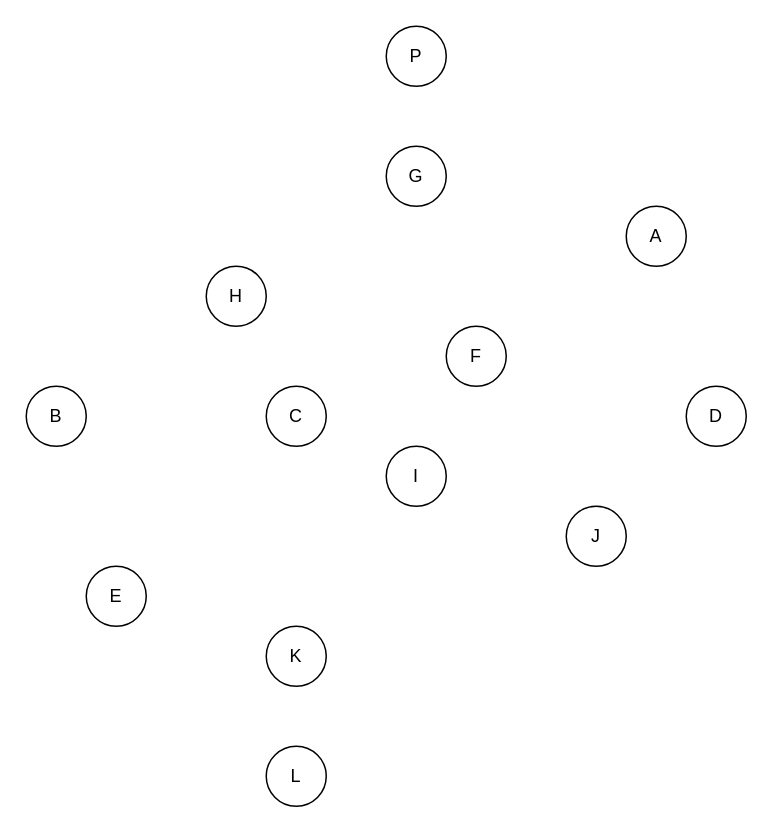
Earlier version of the draw.io diagram Untitled Diagram.drawio (semihhdemirel/semihhdemirel). Source tidied: cells renumbered, new cells numbered last; positions are measured from the earlier drawing's top-left corner, leaving out a move shared by most shapes. Both pictures are drawn from the tidied source at 150%, with x=0, y=0 at pixel (26, 26).
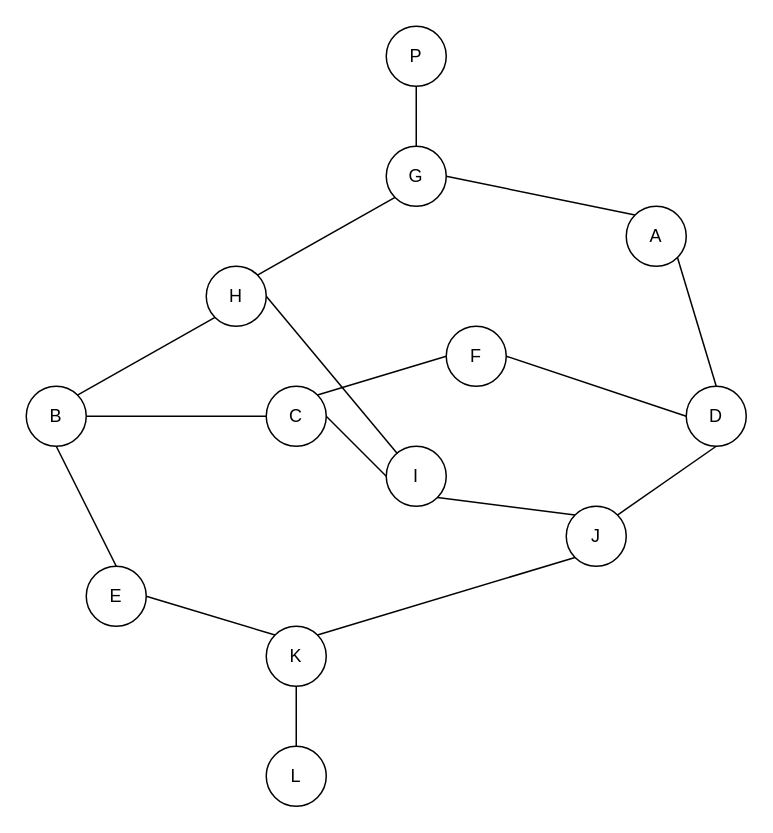
After the change.

The change refers to these unchanged cells:
```xml
<mxCell id="2" value="A" style="ellipse;whiteSpace=wrap;html=1;" parent="1" vertex="1">
  <mxGeometry x="400" y="120" width="40" height="40" as="geometry" />
</mxCell>
<mxCell id="3" value="D" style="ellipse;whiteSpace=wrap;html=1;" parent="1" vertex="1">
  <mxGeometry x="440" y="240" width="40" height="40" as="geometry" />
</mxCell>
<mxCell id="4" value="G" style="ellipse;whiteSpace=wrap;html=1;" parent="1" vertex="1">
  <mxGeometry x="240" y="80" width="40" height="40" as="geometry" />
</mxCell>
<mxCell id="5" value="P" style="ellipse;whiteSpace=wrap;html=1;" parent="1" vertex="1">
  <mxGeometry x="240" width="40" height="40" as="geometry" />
</mxCell>
<mxCell id="6" value="H" style="ellipse;whiteSpace=wrap;html=1;" parent="1" vertex="1">
  <mxGeometry x="120" y="160" width="40" height="40" as="geometry" />
</mxCell>
<mxCell id="7" value="B" style="ellipse;whiteSpace=wrap;html=1;" parent="1" vertex="1">
  <mxGeometry y="240" width="40" height="40" as="geometry" />
</mxCell>
<mxCell id="8" value="C" style="ellipse;whiteSpace=wrap;html=1;" parent="1" vertex="1">
  <mxGeometry x="160" y="240" width="40" height="40" as="geometry" />
</mxCell>
<mxCell id="9" value="I" style="ellipse;whiteSpace=wrap;html=1;" parent="1" vertex="1">
  <mxGeometry x="240" y="280" width="40" height="40" as="geometry" />
</mxCell>
<mxCell id="10" value="F" style="ellipse;whiteSpace=wrap;html=1;" parent="1" vertex="1">
  <mxGeometry x="280" y="200" width="40" height="40" as="geometry" />
</mxCell>
<mxCell id="11" value="J" style="ellipse;whiteSpace=wrap;html=1;" parent="1" vertex="1">
  <mxGeometry x="360" y="320" width="40" height="40" as="geometry" />
</mxCell>
<mxCell id="12" value="K" style="ellipse;whiteSpace=wrap;html=1;" parent="1" vertex="1">
  <mxGeometry x="160" y="400" width="40" height="40" as="geometry" />
</mxCell>
<mxCell id="13" value="L" style="ellipse;whiteSpace=wrap;html=1;" parent="1" vertex="1">
  <mxGeometry x="160" y="480" width="40" height="40" as="geometry" />
</mxCell>
<mxCell id="14" value="E" style="ellipse;whiteSpace=wrap;html=1;" parent="1" vertex="1">
  <mxGeometry x="40" y="360" width="40" height="40" as="geometry" />
</mxCell>
```

What changed in the source:
```diff
@@
+    <mxCell id="15" style="endArrow=none;html=1;rounded=0;entryX=0.5;entryY=1;entryDx=0;entryDy=0;exitX=0.5;exitY=0;exitDx=0;exitDy=0;" parent="1" edge="1" source="4" target="5">
+      <mxGeometry relative="1" as="geometry" />
+    </mxCell>
+    <mxCell id="16" style="endArrow=none;html=1;rounded=0;entryX=1;entryY=0.5;entryDx=0;entryDy=0;exitX=0;exitY=0;exitDx=0;exitDy=0;" parent="1" edge="1" source="2" target="4">
+      <mxGeometry relative="1" as="geometry" />
+    </mxCell>
+    <mxCell id="17" style="endArrow=none;html=1;rounded=0;exitX=0.5;exitY=0;exitDx=0;exitDy=0;entryX=1;entryY=1;entryDx=0;entryDy=0;" parent="1" edge="1" source="3" target="2">
+      <mxGeometry relative="1" as="geometry" />
+    </mxCell>
+    <mxCell id="18" style="endArrow=none;html=1;rounded=0;entryX=0;entryY=0.5;entryDx=0;entryDy=0;exitX=1;exitY=0.5;exitDx=0;exitDy=0;" parent="1" edge="1" source="10" target="3">
+      <mxGeometry relative="1" as="geometry" />
+    </mxCell>
+    <mxCell id="19" style="endArrow=none;html=1;rounded=0;exitX=1;exitY=0;exitDx=0;exitDy=0;entryX=0;entryY=0.5;entryDx=0;entryDy=0;" parent="1" edge="1" source="8" target="10">
+      <mxGeometry relative="1" as="geometry" />
+    </mxCell>
+    <mxCell id="20" style="endArrow=none;html=1;rounded=0;exitX=1;exitY=0.5;exitDx=0;exitDy=0;" parent="1" edge="1" source="6" target="9">
+      <mxGeometry relative="1" as="geometry" />
+    </mxCell>
+    <mxCell id="21" style="endArrow=none;html=1;rounded=0;exitX=1;exitY=0.5;exitDx=0;exitDy=0;entryX=0;entryY=0.5;entryDx=0;entryDy=0;" parent="1" edge="1" source="8" target="9">
+      <mxGeometry relative="1" as="geometry" />
+    </mxCell>
+    <mxCell id="22" style="endArrow=none;html=1;rounded=0;exitX=1;exitY=0.5;exitDx=0;exitDy=0;entryX=0;entryY=0.5;entryDx=0;entryDy=0;" parent="1" edge="1" source="7" target="8">
+      <mxGeometry relative="1" as="geometry" />
+    </mxCell>
+    <mxCell id="23" style="endArrow=none;html=1;rounded=0;exitX=1;exitY=0;exitDx=0;exitDy=0;entryX=0;entryY=1;entryDx=0;entryDy=0;" parent="1" edge="1" source="7" target="6">
+      <mxGeometry relative="1" as="geometry" />
+    </mxCell>
+    <mxCell id="24" style="endArrow=none;html=1;rounded=0;exitX=0.5;exitY=0;exitDx=0;exitDy=0;entryX=0.5;entryY=1;entryDx=0;entryDy=0;" parent="1" edge="1" source="14" target="7">
+      <mxGeometry relative="1" as="geometry" />
+    </mxCell>
+    <mxCell id="25" style="endArrow=none;html=1;rounded=0;exitX=1;exitY=0.5;exitDx=0;exitDy=0;entryX=0;entryY=0;entryDx=0;entryDy=0;" parent="1" edge="1" source="14" target="12">
+      <mxGeometry relative="1" as="geometry" />
+    </mxCell>
+    <mxCell id="26" style="endArrow=none;html=1;rounded=0;exitX=0.5;exitY=0;exitDx=0;exitDy=0;entryX=0.5;entryY=1;entryDx=0;entryDy=0;" parent="1" edge="1" source="13" target="12">
+      <mxGeometry relative="1" as="geometry" />
+    </mxCell>
+    <mxCell id="27" style="endArrow=none;html=1;rounded=0;exitX=1;exitY=0;exitDx=0;exitDy=0;entryX=0;entryY=1;entryDx=0;entryDy=0;" parent="1" edge="1" source="12" target="11">
+      <mxGeometry relative="1" as="geometry" />
+    </mxCell>
+    <mxCell id="28" style="endArrow=none;html=1;rounded=0;entryX=0.5;entryY=1;entryDx=0;entryDy=0;exitX=1;exitY=0;exitDx=0;exitDy=0;" parent="1" edge="1" source="11" target="3">
+      <mxGeometry relative="1" as="geometry" />
+    </mxCell>
+    <mxCell id="29" style="endArrow=none;html=1;rounded=0;entryX=1;entryY=1;entryDx=0;entryDy=0;exitX=0;exitY=0;exitDx=0;exitDy=0;" parent="1" edge="1" source="11" target="9">
+      <mxGeometry relative="1" as="geometry" />
+    </mxCell>
+    <mxCell id="30" style="endArrow=none;html=1;rounded=0;exitX=1;exitY=0;exitDx=0;exitDy=0;entryX=0;entryY=1;entryDx=0;entryDy=0;" parent="1" edge="1" source="6" target="4">
+      <mxGeometry relative="1" as="geometry" />
+    </mxCell>
```
